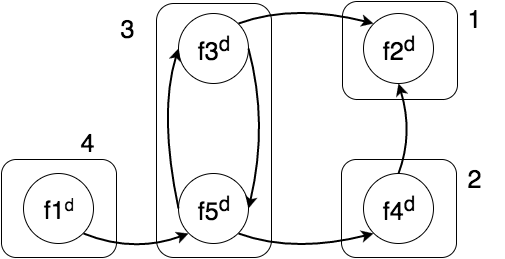
Above: diapos/graphics/dirigido_componentes.png in fedemoya/informe_tesina (draw.io), before the change. Source tidied: cells renumbered, new cells last; positions are measured from the earlier drawing's top-left corner, leaving out a move shared by most shapes. Source of this version:
```xml
<mxGraphModel background="#ffffff">
  <root>
    <mxCell id="0" />
    <mxCell id="1" parent="0" />
    <mxCell id="2" style="whiteSpace=wrap;html=1;rounded=1;shadow=0;glass=0;comic=0;strokeWidth=1;fillColor=#ffffff;fontSize=25;strokeColor=#000000;" parent="1" vertex="1">
      <mxGeometry x="155" y="2" width="115" height="254" as="geometry" />
    </mxCell>
    <mxCell id="3" style="whiteSpace=wrap;html=1;rounded=1;shadow=0;glass=0;comic=0;strokeWidth=1;fillColor=#ffffff;fontSize=25;strokeColor=#000000;" parent="1" vertex="1">
      <mxGeometry y="158" width="115" height="98" as="geometry" />
    </mxCell>
    <mxCell id="4" style="whiteSpace=wrap;html=1;rounded=1;shadow=0;glass=0;comic=0;strokeWidth=1;fillColor=#ffffff;fontSize=25;strokeColor=#000000;" parent="1" vertex="1">
      <mxGeometry x="340" y="158" width="115" height="98" as="geometry" />
    </mxCell>
    <mxCell id="5" style="whiteSpace=wrap;html=1;rounded=1;shadow=0;glass=0;comic=0;strokeWidth=1;fillColor=#ffffff;fontSize=25;strokeColor=#000000;" parent="1" vertex="1">
      <mxGeometry x="341" width="115" height="98" as="geometry" />
    </mxCell>
    <mxCell id="6" value="f1&lt;span style=&quot;font-size: 20.8333px ; line-height: 25px&quot;&gt;&lt;sup&gt;d&lt;/sup&gt;&lt;/span&gt;" style="ellipse;whiteSpace=wrap;html=1;rounded=1;shadow=0;glass=0;comic=0;strokeWidth=1;fillColor=#ffffff;fontSize=25;strokeColor=#000000;" parent="1" vertex="1">
      <mxGeometry x="22" y="172" width="70" height="70" as="geometry" />
    </mxCell>
    <mxCell id="7" value="f2&lt;sup&gt;d&lt;/sup&gt;" style="ellipse;whiteSpace=wrap;html=1;rounded=1;shadow=0;glass=0;comic=0;strokeWidth=1;fillColor=#ffffff;fontSize=25;strokeColor=#000000;" parent="1" vertex="1">
      <mxGeometry x="362" y="12" width="70" height="70" as="geometry" />
    </mxCell>
    <mxCell id="8" value="f3&lt;sup&gt;d&lt;/sup&gt;" style="ellipse;whiteSpace=wrap;html=1;rounded=1;shadow=0;glass=0;comic=0;strokeWidth=1;fillColor=#ffffff;fontSize=25;strokeColor=#000000;" parent="1" vertex="1">
      <mxGeometry x="177" y="12" width="70" height="70" as="geometry" />
    </mxCell>
    <mxCell id="9" value="f4&lt;sup&gt;d&lt;/sup&gt;" style="ellipse;whiteSpace=wrap;html=1;rounded=1;shadow=0;glass=0;comic=0;strokeWidth=1;fillColor=#ffffff;fontSize=25;strokeColor=#000000;" parent="1" vertex="1">
      <mxGeometry x="362" y="172" width="70" height="70" as="geometry" />
    </mxCell>
    <mxCell id="10" value="f5&lt;sup&gt;d&lt;/sup&gt;" style="ellipse;whiteSpace=wrap;html=1;rounded=1;shadow=0;glass=0;comic=0;strokeWidth=1;fillColor=#ffffff;fontSize=25;strokeColor=#000000;" parent="1" vertex="1">
      <mxGeometry x="177" y="172" width="70" height="70" as="geometry" />
    </mxCell>
    <mxCell id="11" style="endArrow=classic;html=1;strokeColor=#000000;strokeWidth=2;fontSize=25;exitX=1;exitY=0;entryX=0;entryY=0;curved=1;" parent="1" edge="1" source="8" target="7">
      <mxGeometry relative="1" as="geometry">
        <Array as="points">
          <mxPoint x="292" y="2" />
        </Array>
      </mxGeometry>
    </mxCell>
    <mxCell id="12" style="endArrow=classic;html=1;strokeColor=#000000;strokeWidth=2;fontSize=25;exitX=0.5;exitY=0;entryX=0.5;entryY=1;curved=1;" parent="1" edge="1" source="9" target="7">
      <mxGeometry relative="1" as="geometry">
        <Array as="points">
          <mxPoint x="412" y="132" />
        </Array>
      </mxGeometry>
    </mxCell>
    <mxCell id="13" style="endArrow=classic;html=1;strokeColor=#000000;strokeWidth=2;fontSize=25;exitX=0;exitY=0.5;entryX=0;entryY=0.5;curved=1;" parent="1" edge="1" source="10" target="8">
      <mxGeometry relative="1" as="geometry">
        <Array as="points">
          <mxPoint x="157" y="112" />
        </Array>
      </mxGeometry>
    </mxCell>
    <mxCell id="14" style="endArrow=classic;html=1;strokeColor=#000000;strokeWidth=2;fontSize=25;exitX=1;exitY=1;entryX=0;entryY=1;curved=1;" parent="1" edge="1" source="10" target="9">
      <mxGeometry relative="1" as="geometry">
        <Array as="points">
          <mxPoint x="292" y="252" />
        </Array>
      </mxGeometry>
    </mxCell>
    <mxCell id="15" style="endArrow=classic;html=1;strokeColor=#000000;strokeWidth=2;fontSize=25;exitX=1;exitY=0.5;entryX=1;entryY=0.5;curved=1;" parent="1" edge="1" source="8" target="10">
      <mxGeometry relative="1" as="geometry">
        <Array as="points">
          <mxPoint x="267" y="122" />
        </Array>
      </mxGeometry>
    </mxCell>
    <mxCell id="16" value="1" style="text;html=1;strokeColor=none;fillColor=none;align=center;verticalAlign=middle;whiteSpace=wrap;overflow=hidden;rounded=1;shadow=0;glass=0;comic=0;fontSize=25;" parent="1" vertex="1">
      <mxGeometry x="442" y="2" width="60" height="32" as="geometry" />
    </mxCell>
    <mxCell id="17" value="2" style="text;html=1;strokeColor=none;fillColor=none;align=center;verticalAlign=middle;whiteSpace=wrap;overflow=hidden;rounded=1;shadow=0;glass=0;comic=0;fontSize=25;" parent="1" vertex="1">
      <mxGeometry x="442" y="162" width="60" height="32" as="geometry" />
    </mxCell>
    <mxCell id="18" value="3" style="text;html=1;strokeColor=none;fillColor=none;align=center;verticalAlign=middle;whiteSpace=wrap;overflow=hidden;rounded=1;shadow=0;glass=0;comic=0;fontSize=25;" parent="1" vertex="1">
      <mxGeometry x="95" y="12" width="60" height="32" as="geometry" />
    </mxCell>
    <mxCell id="19" value="4" style="text;html=1;strokeColor=none;fillColor=none;align=center;verticalAlign=middle;whiteSpace=wrap;overflow=hidden;rounded=1;shadow=0;glass=0;comic=0;fontSize=25;" parent="1" vertex="1">
      <mxGeometry x="55" y="126" width="60" height="32" as="geometry" />
    </mxCell>
    <mxCell id="20" style="endArrow=classic;html=1;strokeColor=#000000;strokeWidth=2;fontSize=25;exitX=1;exitY=1;entryX=0;entryY=1;curved=1;" parent="1" edge="1" source="6" target="10">
      <mxGeometry relative="1" as="geometry">
        <Array as="points">
          <mxPoint x="132" y="252" />
        </Array>
      </mxGeometry>
    </mxCell>
  </root>
</mxGraphModel>
```
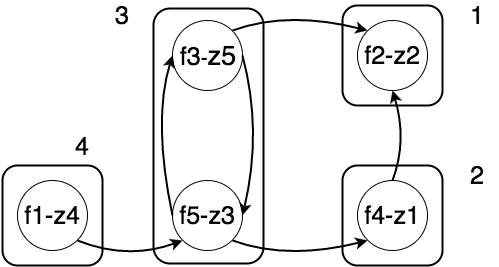
After the commit.

Diff of the diagram source:
```diff
@@ -2,31 +2,19 @@
   <root>
     <mxCell id="0" />
     <mxCell id="1" parent="0" />
-    <mxCell id="2" style="whiteSpace=wrap;html=1;rounded=1;shadow=0;glass=0;comic=0;strokeWidth=1;fillColor=#ffffff;fontSize=25;strokeColor=#000000;" parent="1" vertex="1">
-      <mxGeometry x="155" y="2" width="115" height="254" as="geometry" />
-    </mxCell>
-    <mxCell id="3" style="whiteSpace=wrap;html=1;rounded=1;shadow=0;glass=0;comic=0;strokeWidth=1;fillColor=#ffffff;fontSize=25;strokeColor=#000000;" parent="1" vertex="1">
-      <mxGeometry y="158" width="115" height="98" as="geometry" />
-    </mxCell>
-    <mxCell id="4" style="whiteSpace=wrap;html=1;rounded=1;shadow=0;glass=0;comic=0;strokeWidth=1;fillColor=#ffffff;fontSize=25;strokeColor=#000000;" parent="1" vertex="1">
-      <mxGeometry x="340" y="158" width="115" height="98" as="geometry" />
-    </mxCell>
-    <mxCell id="5" style="whiteSpace=wrap;html=1;rounded=1;shadow=0;glass=0;comic=0;strokeWidth=1;fillColor=#ffffff;fontSize=25;strokeColor=#000000;" parent="1" vertex="1">
-      <mxGeometry x="341" width="115" height="98" as="geometry" />
-    </mxCell>
-    <mxCell id="6" value="f1&lt;span style=&quot;font-size: 20.8333px ; line-height: 25px&quot;&gt;&lt;sup&gt;d&lt;/sup&gt;&lt;/span&gt;" style="ellipse;whiteSpace=wrap;html=1;rounded=1;shadow=0;glass=0;comic=0;strokeWidth=1;fillColor=#ffffff;fontSize=25;strokeColor=#000000;" parent="1" vertex="1">
+    <mxCell id="6" value="&lt;font style=&quot;font-size: 25px&quot;&gt;f1-z4&lt;/font&gt;" style="ellipse;whiteSpace=wrap;html=1;rounded=1;shadow=0;glass=0;comic=0;strokeWidth=1;fillColor=#ffffff;fontSize=25;strokeColor=#000000;" parent="1" vertex="1">
       <mxGeometry x="22" y="172" width="70" height="70" as="geometry" />
     </mxCell>
-    <mxCell id="7" value="f2&lt;sup&gt;d&lt;/sup&gt;" style="ellipse;whiteSpace=wrap;html=1;rounded=1;shadow=0;glass=0;comic=0;strokeWidth=1;fillColor=#ffffff;fontSize=25;strokeColor=#000000;" parent="1" vertex="1">
+    <mxCell id="7" value="&lt;font style=&quot;font-size: 25px&quot;&gt;f2-z2&lt;/font&gt;" style="ellipse;whiteSpace=wrap;html=1;rounded=1;shadow=0;glass=0;comic=0;strokeWidth=1;fillColor=#ffffff;fontSize=25;strokeColor=#000000;" parent="1" vertex="1">
       <mxGeometry x="362" y="12" width="70" height="70" as="geometry" />
     </mxCell>
-    <mxCell id="8" value="f3&lt;sup&gt;d&lt;/sup&gt;" style="ellipse;whiteSpace=wrap;html=1;rounded=1;shadow=0;glass=0;comic=0;strokeWidth=1;fillColor=#ffffff;fontSize=25;strokeColor=#000000;" parent="1" vertex="1">
+    <mxCell id="8" value="f3&lt;span style=&quot;font-size: 20.8333px&quot;&gt;-&lt;/span&gt;&lt;font style=&quot;font-size: 27px&quot;&gt;z5&lt;/font&gt;" style="ellipse;whiteSpace=wrap;html=1;rounded=1;shadow=0;glass=0;comic=0;strokeWidth=1;fillColor=#ffffff;fontSize=25;strokeColor=#000000;" parent="1" vertex="1">
       <mxGeometry x="177" y="12" width="70" height="70" as="geometry" />
     </mxCell>
-    <mxCell id="9" value="f4&lt;sup&gt;d&lt;/sup&gt;" style="ellipse;whiteSpace=wrap;html=1;rounded=1;shadow=0;glass=0;comic=0;strokeWidth=1;fillColor=#ffffff;fontSize=25;strokeColor=#000000;" parent="1" vertex="1">
+    <mxCell id="9" value="&lt;font style=&quot;font-size: 25px&quot;&gt;f4-z1&lt;/font&gt;" style="ellipse;whiteSpace=wrap;html=1;rounded=1;shadow=0;glass=0;comic=0;strokeWidth=1;fillColor=#ffffff;fontSize=25;strokeColor=#000000;" parent="1" vertex="1">
       <mxGeometry x="362" y="172" width="70" height="70" as="geometry" />
     </mxCell>
-    <mxCell id="10" value="f5&lt;sup&gt;d&lt;/sup&gt;" style="ellipse;whiteSpace=wrap;html=1;rounded=1;shadow=0;glass=0;comic=0;strokeWidth=1;fillColor=#ffffff;fontSize=25;strokeColor=#000000;" parent="1" vertex="1">
+    <mxCell id="10" value="f5&lt;font style=&quot;font-size: 25px&quot;&gt;-z3&lt;/font&gt;" style="ellipse;whiteSpace=wrap;html=1;rounded=1;shadow=0;glass=0;comic=0;strokeWidth=1;fillColor=#ffffff;fontSize=25;strokeColor=#000000;" parent="1" vertex="1">
       <mxGeometry x="177" y="172" width="70" height="70" as="geometry" />
     </mxCell>
     <mxCell id="11" style="endArrow=classic;html=1;strokeColor=#000000;strokeWidth=2;fontSize=25;exitX=1;exitY=0;entryX=0;entryY=0;curved=1;" parent="1" edge="1" source="8" target="7">
@@ -64,24 +52,36 @@
         </Array>
       </mxGeometry>
     </mxCell>
+    <mxCell id="20" style="endArrow=classic;html=1;strokeColor=#000000;strokeWidth=2;fontSize=25;exitX=1;exitY=1;entryX=0;entryY=1;curved=1;" parent="1" edge="1" source="6" target="10">
+      <mxGeometry relative="1" as="geometry">
+        <Array as="points">
+          <mxPoint x="132" y="252" />
+        </Array>
+      </mxGeometry>
+    </mxCell>
+    <mxCell id="21" style="rounded=1;whiteSpace=wrap;html=1;shadow=0;glass=0;comic=0;strokeColor=#000000;strokeWidth=2;fillColor=none;gradientColor=#FF0000;fontSize=20;align=center;" parent="1" vertex="1">
+      <mxGeometry x="347" y="-3" width="100" height="100" as="geometry" />
+    </mxCell>
+    <mxCell id="22" style="rounded=1;whiteSpace=wrap;html=1;shadow=0;glass=0;comic=0;strokeColor=#000000;strokeWidth=2;fillColor=none;gradientColor=#FF0000;fontSize=20;align=center;" parent="1" vertex="1">
+      <mxGeometry x="347" y="157" width="100" height="100" as="geometry" />
+    </mxCell>
+    <mxCell id="23" style="rounded=1;whiteSpace=wrap;html=1;shadow=0;glass=0;comic=0;strokeColor=#000000;strokeWidth=2;fillColor=none;gradientColor=#FF0000;fontSize=20;align=center;" parent="1" vertex="1">
+      <mxGeometry x="7" y="157" width="100" height="100" as="geometry" />
+    </mxCell>
+    <mxCell id="24" style="rounded=1;whiteSpace=wrap;html=1;shadow=0;glass=0;comic=0;strokeColor=#000000;strokeWidth=2;fillColor=none;gradientColor=#FF0000;fontSize=20;align=center;" parent="1" vertex="1">
+      <mxGeometry x="158" width="110" height="255" as="geometry" />
+    </mxCell>
-    <mxCell id="16" value="1" style="text;html=1;strokeColor=none;fillColor=none;align=center;verticalAlign=middle;whiteSpace=wrap;overflow=hidden;rounded=1;shadow=0;glass=0;comic=0;fontSize=25;" parent="1" vertex="1">
-      <mxGeometry x="442" y="2" width="60" height="32" as="geometry" />
+    <mxCell id="16" value="&lt;font style=&quot;font-size: 25px&quot;&gt;1&lt;/font&gt;" style="text;html=1;strokeColor=none;fillColor=none;align=center;verticalAlign=middle;whiteSpace=wrap;rounded=1;shadow=0;glass=0;comic=0;fontSize=20;" parent="1" vertex="1">
+      <mxGeometry x="462" y="-3" width="40" height="20" as="geometry" />
     </mxCell>
-    <mxCell id="17" value="2" style="text;html=1;strokeColor=none;fillColor=none;align=center;verticalAlign=middle;whiteSpace=wrap;overflow=hidden;rounded=1;shadow=0;glass=0;comic=0;fontSize=25;" parent="1" vertex="1">
-      <mxGeometry x="442" y="162" width="60" height="32" as="geometry" />
+    <mxCell id="17" value="&lt;font style=&quot;font-size: 25px&quot;&gt;2&lt;/font&gt;" style="text;html=1;strokeColor=none;fillColor=none;align=center;verticalAlign=middle;whiteSpace=wrap;rounded=1;shadow=0;glass=0;comic=0;fontSize=20;" parent="1" vertex="1">
+      <mxGeometry x="462" y="157" width="40" height="20" as="geometry" />
     </mxCell>
-    <mxCell id="18" value="3" style="text;html=1;strokeColor=none;fillColor=none;align=center;verticalAlign=middle;whiteSpace=wrap;overflow=hidden;rounded=1;shadow=0;glass=0;comic=0;fontSize=25;" parent="1" vertex="1">
-      <mxGeometry x="95" y="12" width="60" height="32" as="geometry" />
+    <mxCell id="18" value="&lt;font style=&quot;font-size: 25px&quot;&gt;3&lt;/font&gt;" style="text;html=1;strokeColor=none;fillColor=none;align=center;verticalAlign=middle;whiteSpace=wrap;rounded=1;shadow=0;glass=0;comic=0;fontSize=20;" parent="1" vertex="1">
+      <mxGeometry x="107" y="-3" width="40" height="20" as="geometry" />
     </mxCell>
-    <mxCell id="19" value="4" style="text;html=1;strokeColor=none;fillColor=none;align=center;verticalAlign=middle;whiteSpace=wrap;overflow=hidden;rounded=1;shadow=0;glass=0;comic=0;fontSize=25;" parent="1" vertex="1">
-      <mxGeometry x="55" y="126" width="60" height="32" as="geometry" />
+    <mxCell id="19" value="&lt;font style=&quot;font-size: 25px&quot;&gt;4&lt;/font&gt;" style="text;html=1;strokeColor=none;fillColor=none;align=center;verticalAlign=middle;whiteSpace=wrap;rounded=1;shadow=0;glass=0;comic=0;fontSize=20;" parent="1" vertex="1">
+      <mxGeometry x="67" y="128" width="40" height="20" as="geometry" />
     </mxCell>
-    <mxCell id="20" style="endArrow=classic;html=1;strokeColor=#000000;strokeWidth=2;fontSize=25;exitX=1;exitY=1;entryX=0;entryY=1;curved=1;" parent="1" edge="1" source="6" target="10">
-      <mxGeometry relative="1" as="geometry">
-        <Array as="points">
-          <mxPoint x="132" y="252" />
-        </Array>
-      </mxGeometry>
-    </mxCell>
   </root>
 </mxGraphModel>
```
